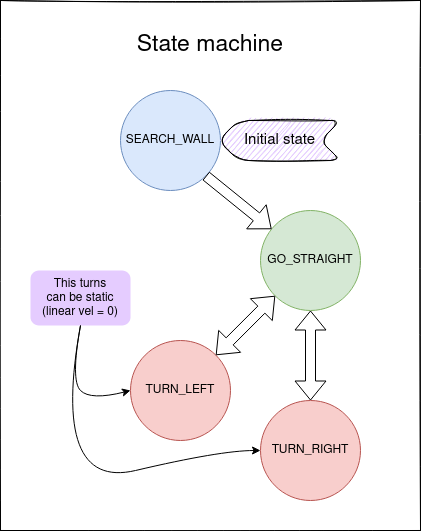
Docencia-fmrico/follow-wall-l4ros2 keeps this draw.io diagram as state_machine_diagram.png. Above is the earlier version. Source tidied: cells renumbered, new cells last; positions are measured from the earlier drawing's top-left corner, leaving out a move shared by most shapes. Its diagram source:
```xml
<mxGraphModel>
  <root>
    <mxCell id="0" />
    <mxCell id="1" parent="0" />
    <mxCell id="2" style="rounded=0;whiteSpace=wrap;html=1;sketch=1;" parent="1" vertex="1">
      <mxGeometry width="420" height="530" as="geometry" />
    </mxCell>
    <mxCell id="3" style="ellipse;whiteSpace=wrap;html=1;fillColor=#dae8fc;strokeColor=#6c8ebf;" parent="1" vertex="1">
      <mxGeometry x="120" y="90" width="100" height="100" as="geometry" />
    </mxCell>
    <mxCell id="4" style="ellipse;whiteSpace=wrap;html=1;fillColor=#d5e8d4;strokeColor=#82b366;" parent="1" vertex="1">
      <mxGeometry x="260" y="210" width="100" height="100" as="geometry" />
    </mxCell>
    <mxCell id="5" style="ellipse;whiteSpace=wrap;html=1;fillColor=#f8cecc;strokeColor=#b85450;" parent="1" vertex="1">
      <mxGeometry x="130" y="340" width="100" height="100" as="geometry" />
    </mxCell>
    <mxCell id="6" style="ellipse;whiteSpace=wrap;html=1;fillColor=#f8cecc;strokeColor=#b85450;" parent="1" vertex="1">
      <mxGeometry x="260" y="400" width="100" height="100" as="geometry" />
    </mxCell>
    <mxCell id="7" style="shape=flexArrow;endArrow=classic;html=1;rounded=0;exitX=1;exitY=1;exitDx=0;exitDy=0;" parent="1" edge="1" source="3" target="4">
      <mxGeometry relative="1" as="geometry" />
    </mxCell>
    <mxCell id="8" value="SEARCH_WALL" style="text;html=1;strokeColor=none;fillColor=none;align=center;verticalAlign=middle;whiteSpace=wrap;rounded=0;" parent="1" vertex="1">
      <mxGeometry x="140" y="125" width="60" height="30" as="geometry" />
    </mxCell>
    <mxCell id="9" value="&lt;div&gt;GO_STRAIGHT&lt;/div&gt;" style="text;html=1;strokeColor=none;fillColor=none;align=center;verticalAlign=middle;whiteSpace=wrap;rounded=0;" parent="1" vertex="1">
      <mxGeometry x="280" y="245" width="60" height="30" as="geometry" />
    </mxCell>
    <mxCell id="10" value="&lt;div&gt;TURN_LEFT&lt;/div&gt;" style="text;html=1;strokeColor=none;fillColor=none;align=center;verticalAlign=middle;whiteSpace=wrap;rounded=0;" parent="1" vertex="1">
      <mxGeometry x="150" y="375" width="60" height="30" as="geometry" />
    </mxCell>
    <mxCell id="11" value="&lt;div&gt;TURN_RIGHT&lt;/div&gt;" style="text;html=1;strokeColor=none;fillColor=none;align=center;verticalAlign=middle;whiteSpace=wrap;rounded=0;" parent="1" vertex="1">
      <mxGeometry x="280" y="435" width="60" height="30" as="geometry" />
    </mxCell>
    <mxCell id="12" value="&lt;div&gt;This turns&lt;/div&gt;&lt;div&gt;can be static&lt;/div&gt;&lt;div&gt;(linear vel = 0)&lt;br&gt;&lt;/div&gt;" style="text;html=1;strokeColor=none;fillColor=#E5CCFF;align=center;verticalAlign=middle;whiteSpace=wrap;rounded=1;" parent="1" vertex="1">
      <mxGeometry x="30" y="270" width="100" height="55" as="geometry" />
    </mxCell>
    <mxCell id="13" style="curved=1;endArrow=classic;html=1;rounded=0;exitX=0.5;exitY=1;exitDx=0;exitDy=0;entryX=0;entryY=0.5;entryDx=0;entryDy=0;" parent="1" edge="1" source="12" target="6">
      <mxGeometry relative="1" as="geometry">
        <Array as="points">
          <mxPoint x="50" y="490" />
          <mxPoint x="220" y="450" />
        </Array>
      </mxGeometry>
    </mxCell>
    <mxCell id="14" style="curved=1;endArrow=classic;html=1;rounded=0;exitX=0.5;exitY=1;exitDx=0;exitDy=0;entryX=0;entryY=0.5;entryDx=0;entryDy=0;" parent="1" edge="1" source="12" target="5">
      <mxGeometry relative="1" as="geometry">
        <Array as="points">
          <mxPoint x="70" y="380" />
          <mxPoint x="90" y="400" />
        </Array>
      </mxGeometry>
    </mxCell>
    <mxCell id="15" value="State machine" style="text;html=1;strokeColor=none;fillColor=none;align=center;verticalAlign=middle;whiteSpace=wrap;rounded=0;fontSize=23;" parent="1" vertex="1">
      <mxGeometry x="110" y="30" width="200" height="30" as="geometry" />
    </mxCell>
    <mxCell id="16" style="shape=flexArrow;endArrow=classic;startArrow=classic;html=1;rounded=0;fontSize=23;exitX=1;exitY=0;exitDx=0;exitDy=0;entryX=0;entryY=1;entryDx=0;entryDy=0;" parent="1" edge="1" source="5" target="4">
      <mxGeometry relative="1" as="geometry" />
    </mxCell>
    <mxCell id="17" style="shape=flexArrow;endArrow=classic;startArrow=classic;html=1;rounded=0;fontSize=23;exitX=0.5;exitY=0;exitDx=0;exitDy=0;entryX=0.5;entryY=1;entryDx=0;entryDy=0;" parent="1" edge="1" source="6" target="4">
      <mxGeometry relative="1" as="geometry" />
    </mxCell>
    <mxCell id="18" style="shape=step;perimeter=stepPerimeter;whiteSpace=wrap;html=1;fixedSize=1;rounded=1;sketch=1;fontSize=23;fillColor=#E5CCFF;direction=west;" parent="1" vertex="1">
      <mxGeometry x="218" y="120" width="122" height="40" as="geometry" />
    </mxCell>
    <mxCell id="19" value="Initial state" style="text;html=1;strokeColor=none;fillColor=none;align=center;verticalAlign=middle;whiteSpace=wrap;rounded=0;fontSize=15;" parent="1" vertex="1">
      <mxGeometry x="236.5" y="125" width="85" height="30" as="geometry" />
    </mxCell>
  </root>
</mxGraphModel>
```
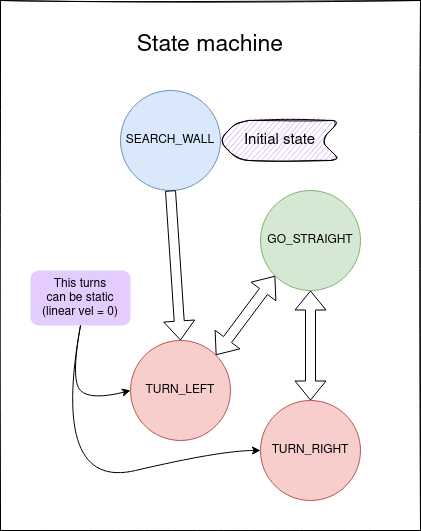
After the commit.

Commit message:
state machine diagram corrected, now from search it goes to left turn.

What changed in the source:
```diff
@@ -9,7 +9,7 @@
       <mxGeometry x="120" y="90" width="100" height="100" as="geometry" />
     </mxCell>
     <mxCell id="4" style="ellipse;whiteSpace=wrap;html=1;fillColor=#d5e8d4;strokeColor=#82b366;" parent="1" vertex="1">
-      <mxGeometry x="260" y="210" width="100" height="100" as="geometry" />
+      <mxGeometry x="260" y="190" width="100" height="100" as="geometry" />
     </mxCell>
     <mxCell id="5" style="ellipse;whiteSpace=wrap;html=1;fillColor=#f8cecc;strokeColor=#b85450;" parent="1" vertex="1">
       <mxGeometry x="130" y="340" width="100" height="100" as="geometry" />
@@ -17,14 +17,14 @@
     <mxCell id="6" style="ellipse;whiteSpace=wrap;html=1;fillColor=#f8cecc;strokeColor=#b85450;" parent="1" vertex="1">
       <mxGeometry x="260" y="400" width="100" height="100" as="geometry" />
     </mxCell>
-    <mxCell id="7" style="shape=flexArrow;endArrow=classic;html=1;rounded=0;exitX=1;exitY=1;exitDx=0;exitDy=0;" parent="1" edge="1" source="3" target="4">
+    <mxCell id="7" style="shape=flexArrow;endArrow=classic;html=1;rounded=0;exitX=0.5;exitY=1;exitDx=0;exitDy=0;entryX=0.5;entryY=0;entryDx=0;entryDy=0;" parent="1" edge="1" source="3" target="5">
       <mxGeometry relative="1" as="geometry" />
     </mxCell>
     <mxCell id="8" value="SEARCH_WALL" style="text;html=1;strokeColor=none;fillColor=none;align=center;verticalAlign=middle;whiteSpace=wrap;rounded=0;" parent="1" vertex="1">
       <mxGeometry x="140" y="125" width="60" height="30" as="geometry" />
     </mxCell>
     <mxCell id="9" value="&lt;div&gt;GO_STRAIGHT&lt;/div&gt;" style="text;html=1;strokeColor=none;fillColor=none;align=center;verticalAlign=middle;whiteSpace=wrap;rounded=0;" parent="1" vertex="1">
-      <mxGeometry x="280" y="245" width="60" height="30" as="geometry" />
+      <mxGeometry x="280" y="225" width="60" height="30" as="geometry" />
     </mxCell>
     <mxCell id="10" value="&lt;div&gt;TURN_LEFT&lt;/div&gt;" style="text;html=1;strokeColor=none;fillColor=none;align=center;verticalAlign=middle;whiteSpace=wrap;rounded=0;" parent="1" vertex="1">
       <mxGeometry x="150" y="375" width="60" height="30" as="geometry" />
```
